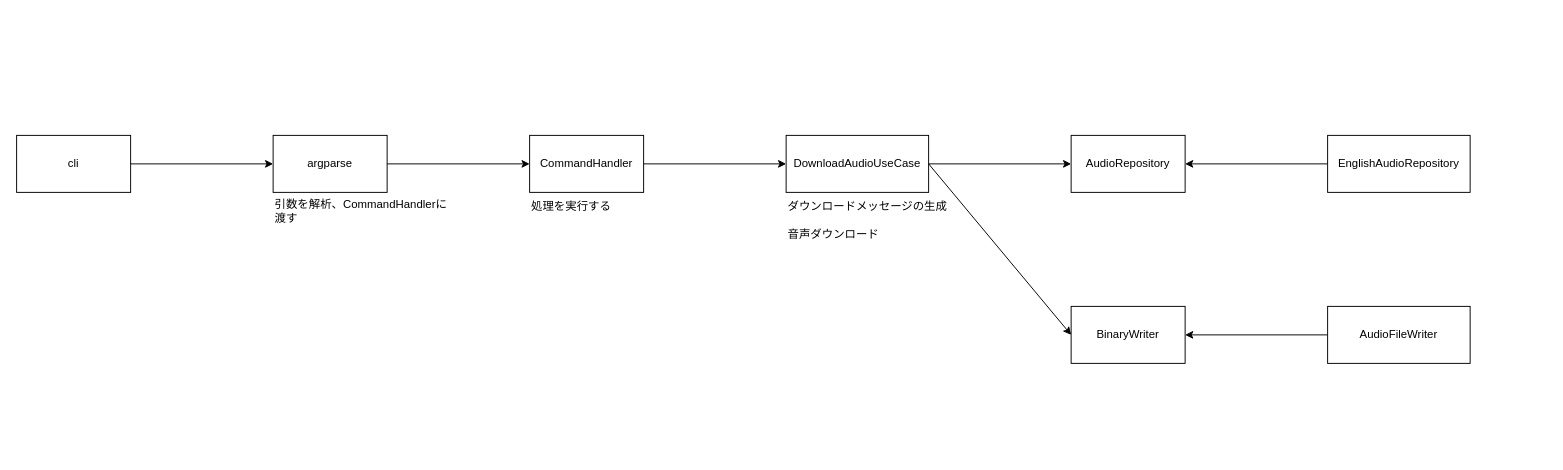
Above: docs/pyaudio.drawio in noooda/mypyaudio (draw.io), before the change. Source tidied: cells renumbered, new cells numbered last; positions are measured from the earlier drawing's top-left corner, leaving out a move shared by most shapes. Both pictures are drawn from the tidied source at 95%, with x=0, y=0 at pixel (16, 135). Pictures stored in the file or linked from it are replaced by grey dashed boxes.
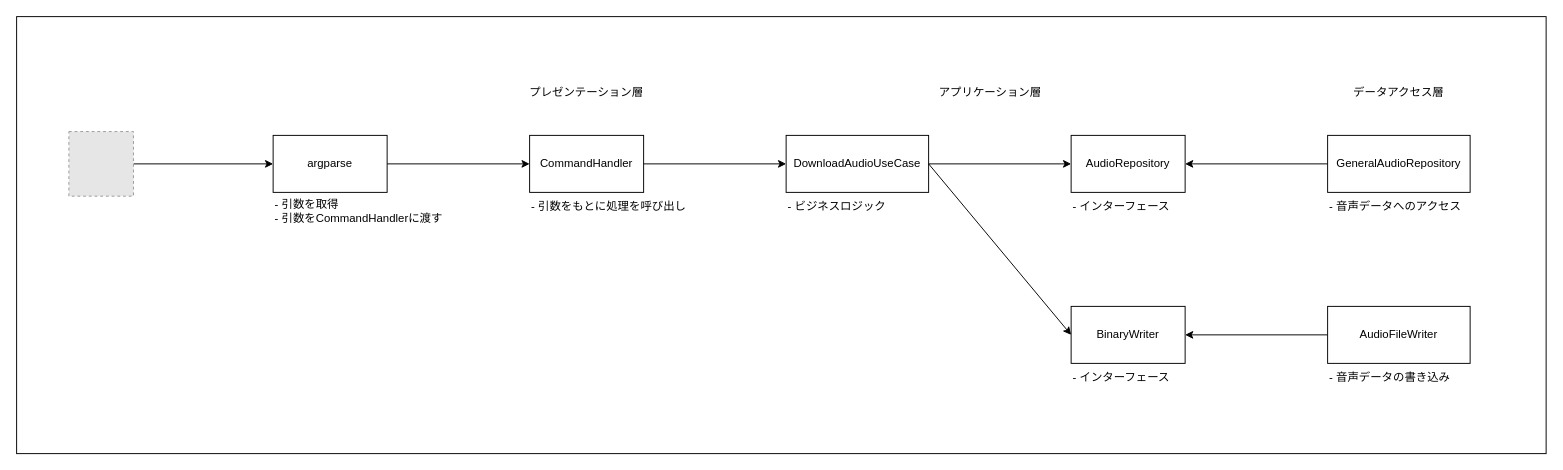
Above is the later version.

Unchanged cells that the change refers to:
```xml
<mxCell id="18" value="argparse" style="rounded=0;whiteSpace=wrap;html=1;" parent="1" vertex="1">
  <mxGeometry x="270" width="120" height="60" as="geometry" />
</mxCell>
```

The edit, as a diff of the source:
```diff
@@
-    <mxCell id="2" value="cli" style="rounded=0;whiteSpace=wrap;html=1;" parent="1" vertex="1">
-      <mxGeometry width="120" height="60" as="geometry" />
-    </mxCell>
+    <mxCell id="21" style="rounded=0;whiteSpace=wrap;html=1;" parent="1" vertex="1">
+      <mxGeometry y="-125" width="1610" height="460" as="geometry" />
+    </mxCell>
@@
-    <mxCell id="4" style="endArrow=classic;html=1;rounded=0;exitX=1;exitY=0.5;exitDx=0;exitDy=0;" parent="1" edge="1" source="2" target="18">
+    <mxCell id="4" style="endArrow=classic;html=1;rounded=0;" parent="1" edge="1" source="22" target="18">
       <mxGeometry relative="1" as="geometry" />
     </mxCell>
-    <mxCell id="5" value="引数を解析、CommandHandlerに渡す" style="text;html=1;align=left;verticalAlign=middle;whiteSpace=wrap;rounded=0;" parent="1" vertex="1">
+    <mxCell id="5" value="- 引数を取得&lt;div&gt;- 引数をCommandHandlerに渡す&lt;/div&gt;" style="text;html=1;align=left;verticalAlign=middle;whiteSpace=wrap;rounded=0;" parent="1" vertex="1">
       <mxGeometry x="270" y="60" width="190" height="40" as="geometry" />
     </mxCell>
@@
-    <mxCell id="11" value="EnglishAudioRepository" style="rounded=0;whiteSpace=wrap;html=1;" parent="1" vertex="1">
+    <mxCell id="11" value="GeneralAudioRepository" style="rounded=0;whiteSpace=wrap;html=1;" parent="1" vertex="1">
       <mxGeometry x="1380" width="150" height="60" as="geometry" />
     </mxCell>
@@
-    <mxCell id="16" value="ダウンロードメッセージの生成" style="text;html=1;align=left;verticalAlign=middle;whiteSpace=wrap;rounded=0;" parent="1" vertex="1">
-      <mxGeometry x="810" y="60" width="190" height="30" as="geometry" />
-    </mxCell>
-    <mxCell id="17" value="音声ダウンロード" style="text;html=1;align=left;verticalAlign=middle;whiteSpace=wrap;rounded=0;" parent="1" vertex="1">
-      <mxGeometry x="810" y="90" width="190" height="30" as="geometry" />
+    <mxCell id="17" value="- ビジネスロジック" style="text;html=1;align=left;verticalAlign=middle;whiteSpace=wrap;rounded=0;" parent="1" vertex="1">
+      <mxGeometry x="810" y="60" width="190" height="30" as="geometry" />
     </mxCell>
@@
-    <mxCell id="20" value="処理を実行する" style="text;html=1;align=left;verticalAlign=middle;whiteSpace=wrap;rounded=0;" parent="1" vertex="1">
-      <mxGeometry x="540" y="60" width="190" height="30" as="geometry" />
-    </mxCell>
+    <mxCell id="22" style="fillColor=#E6E6E6;strokeColor=#999999;dashed=1;html=1;verticalAlign=top;verticalLabelPosition=bottom;labelBackgroundColor=#ffffff;" parent="1" vertex="1">
+      <mxGeometry x="55" y="-4" width="68" height="68" as="geometry" />
+    </mxCell>
+    <mxCell id="23" value="- 引数をもとに処理を呼び出し" style="text;html=1;align=left;verticalAlign=middle;whiteSpace=wrap;rounded=0;" parent="1" vertex="1">
+      <mxGeometry x="540" y="60" width="190" height="30" as="geometry" />
+    </mxCell>
+    <mxCell id="24" value="プレゼンテーション層" style="text;html=1;align=center;verticalAlign=middle;whiteSpace=wrap;rounded=0;" parent="1" vertex="1">
+      <mxGeometry x="505" y="-60" width="190" height="30" as="geometry" />
+    </mxCell>
+    <mxCell id="25" value="アプリケーション層" style="text;html=1;align=center;verticalAlign=middle;whiteSpace=wrap;rounded=0;" parent="1" vertex="1">
+      <mxGeometry x="930" y="-60" width="190" height="30" as="geometry" />
+    </mxCell>
+    <mxCell id="26" value="データアクセス層" style="text;html=1;align=center;verticalAlign=middle;whiteSpace=wrap;rounded=0;" parent="1" vertex="1">
+      <mxGeometry x="1360" y="-60" width="190" height="30" as="geometry" />
+    </mxCell>
+    <mxCell id="27" value="- インターフェース" style="text;html=1;align=left;verticalAlign=middle;whiteSpace=wrap;rounded=0;" parent="1" vertex="1">
+      <mxGeometry x="1110" y="60" width="190" height="30" as="geometry" />
+    </mxCell>
+    <mxCell id="28" value="- インターフェース" style="text;html=1;align=left;verticalAlign=middle;whiteSpace=wrap;rounded=0;" parent="1" vertex="1">
+      <mxGeometry x="1110" y="240" width="190" height="30" as="geometry" />
+    </mxCell>
+    <mxCell id="29" value="- 音声データへのアクセス" style="text;html=1;align=left;verticalAlign=middle;whiteSpace=wrap;rounded=0;" parent="1" vertex="1">
+      <mxGeometry x="1380" y="60" width="190" height="30" as="geometry" />
+    </mxCell>
+    <mxCell id="30" value="- 音声データの書き込み" style="text;html=1;align=left;verticalAlign=middle;whiteSpace=wrap;rounded=0;" parent="1" vertex="1">
+      <mxGeometry x="1380" y="240" width="190" height="30" as="geometry" />
+    </mxCell>
```
